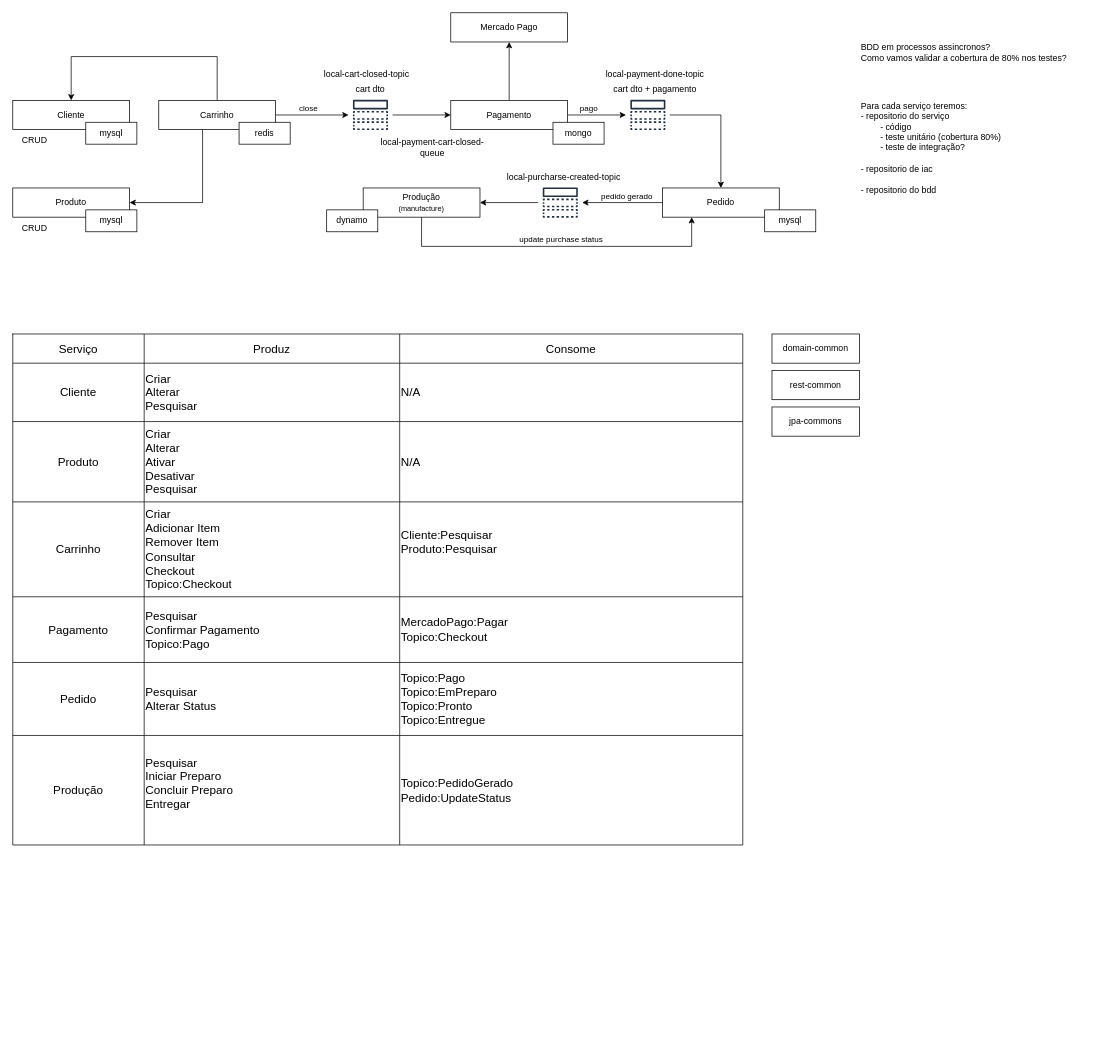
fiap-postech/tech-chalenge keeps this draw.io diagram as page "microservices" (7 of 7) of documentation/tech-challenge-architecture.drawio. Above is the earlier version. Source tidied: cells renumbered, new cells numbered last; positions are measured from the earlier drawing's top-left corner, leaving out a move shared by most shapes. Both pictures are drawn from the tidied source at 73%, with x=0, y=0 at pixel (12, 12).
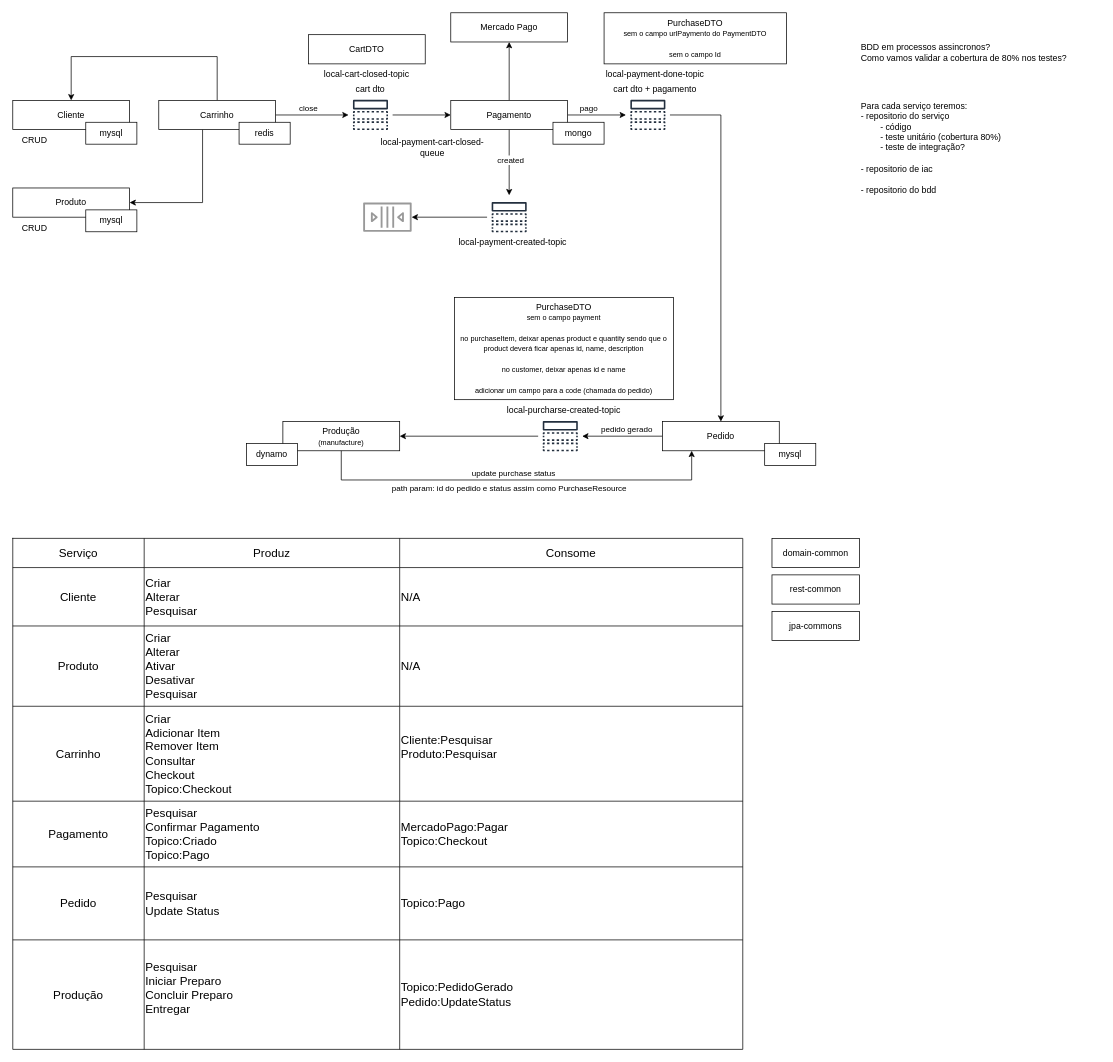
The same page after the edit.

The change refers to these unchanged cells:
```xml
<mxCell id="8" value="Pagamento" style="rounded=0;whiteSpace=wrap;html=1;" parent="1" vertex="1">
  <mxGeometry x="600" y="120" width="160" height="40" as="geometry" />
</mxCell>
<mxCell id="32" style="shape=tableRow;horizontal=0;startSize=0;swimlaneHead=0;swimlaneBody=0;strokeColor=inherit;top=0;left=0;bottom=0;right=0;fillColor=none;fontSize=16;" parent="15" vertex="1">
  <mxGeometry y="360" width="1000" height="90" as="geometry" />
</mxCell>
<mxCell id="36" style="shape=tableRow;horizontal=0;startSize=0;swimlaneHead=0;swimlaneBody=0;strokeColor=inherit;top=0;left=0;bottom=0;right=0;fillColor=none;fontSize=16;" parent="15" vertex="1">
  <mxGeometry y="450" width="1000" height="100" as="geometry" />
</mxCell>
```

The edit, as a diff of the source:
```diff
@@
     <mxCell id="4" value="Pedido" style="rounded=0;whiteSpace=wrap;html=1;" parent="1" vertex="1">
-      <mxGeometry x="890" y="240" width="160" height="40" as="geometry" />
+      <mxGeometry x="890" y="560" width="160" height="40" as="geometry" />
     </mxCell>
@@
+    <mxCell id="76" style="edgeStyle=orthogonalEdgeStyle;rounded=0;jettySize=auto;html=1;" parent="1" edge="1" source="8" target="82">
+      <mxGeometry relative="1" as="geometry" />
+    </mxCell>
+    <mxCell id="77" value="created" style="edgeLabel;html=1;align=center;verticalAlign=middle;" parent="76" vertex="1">
+      <mxGeometry x="-0.09" y="1" relative="1" as="geometry" />
+    </mxCell>
@@
     <mxCell id="9" value="Produção&lt;br&gt;&lt;font style=&quot;font-size: 10px;&quot;&gt;(manufacture)&lt;/font&gt;" style="rounded=0;whiteSpace=wrap;html=1;" parent="1" vertex="1">
-      <mxGeometry x="480" y="240" width="160" height="40" as="geometry" />
+      <mxGeometry x="370" y="560" width="160" height="40" as="geometry" />
     </mxCell>
@@
     <mxCell id="15" style="shape=table;startSize=0;childLayout=tableLayout;fontSize=16;" parent="1" vertex="1">
-      <mxGeometry y="440" width="1000" height="700" as="geometry" />
+      <mxGeometry y="720" width="1000" height="700" as="geometry" />
     </mxCell>
@@
-    <mxCell id="34" value="Pesquisar&lt;br&gt;Confirmar Pagamento&lt;br&gt;Topico:Pago" style="shape=partialRectangle;html=1;whiteSpace=wrap;strokeColor=inherit;overflow=hidden;fillColor=none;top=0;left=0;bottom=0;right=0;fontSize=16;align=left;" parent="32" vertex="1">
+    <mxCell id="34" value="Pesquisar&lt;br&gt;Confirmar Pagamento&lt;br&gt;Topico:Criado&lt;br&gt;Topico:Pago" style="shape=partialRectangle;html=1;whiteSpace=wrap;strokeColor=inherit;overflow=hidden;fillColor=none;top=0;left=0;bottom=0;right=0;fontSize=16;align=left;" parent="32" vertex="1">
       <mxGeometry x="180" width="350" height="90" as="geometry" />
     </mxCell>
@@
-    <mxCell id="38" value="Pesquisar&lt;br&gt;Alterar Status" style="shape=partialRectangle;html=1;whiteSpace=wrap;strokeColor=inherit;overflow=hidden;fillColor=none;top=0;left=0;bottom=0;right=0;fontSize=16;align=left;" parent="36" vertex="1">
+    <mxCell id="38" value="Pesquisar&lt;br&gt;Update Status" style="shape=partialRectangle;html=1;whiteSpace=wrap;strokeColor=inherit;overflow=hidden;fillColor=none;top=0;left=0;bottom=0;right=0;fontSize=16;align=left;" parent="36" vertex="1">
       <mxGeometry x="180" width="350" height="100" as="geometry" />
     </mxCell>
-    <mxCell id="39" value="&lt;div style=&quot;&quot;&gt;&lt;span style=&quot;background-color: initial;&quot;&gt;Topico:Pago&lt;/span&gt;&lt;/div&gt;&lt;div style=&quot;&quot;&gt;&lt;span style=&quot;background-color: initial;&quot;&gt;Topico:EmPreparo&lt;/span&gt;&lt;/div&gt;&lt;div style=&quot;&quot;&gt;&lt;span style=&quot;background-color: initial;&quot;&gt;Topico:Pronto&lt;/span&gt;&lt;/div&gt;&lt;div style=&quot;&quot;&gt;&lt;span style=&quot;background-color: initial;&quot;&gt;Topico:Entregue&lt;/span&gt;&lt;/div&gt;" style="shape=partialRectangle;html=1;whiteSpace=wrap;strokeColor=inherit;overflow=hidden;fillColor=none;top=0;left=0;bottom=0;right=0;fontSize=16;align=left;" parent="36" vertex="1">
+    <mxCell id="39" value="&lt;div style=&quot;&quot;&gt;&lt;span style=&quot;background-color: initial;&quot;&gt;Topico:Pago&lt;/span&gt;&lt;/div&gt;" style="shape=partialRectangle;html=1;whiteSpace=wrap;strokeColor=inherit;overflow=hidden;fillColor=none;top=0;left=0;bottom=0;right=0;fontSize=16;align=left;" parent="36" vertex="1">
       <mxGeometry x="530" width="470" height="100" as="geometry" />
     </mxCell>
@@
     <mxCell id="57" style="sketch=0;outlineConnect=0;fontColor=#232F3E;gradientColor=none;strokeColor=#232F3E;fillColor=#ffffff;dashed=0;verticalLabelPosition=bottom;verticalAlign=top;align=center;html=1;fontSize=12;fontStyle=0;shape=mxgraph.aws4.resourceIcon;resIcon=mxgraph.aws4.topic;" parent="1" vertex="1">
-      <mxGeometry x="720" y="230" width="60" height="60" as="geometry" />
+      <mxGeometry x="720" y="550" width="60" height="60" as="geometry" />
     </mxCell>
     <mxCell id="58" style="edgeStyle=orthogonalEdgeStyle;rounded=0;jettySize=auto;html=1;entryX=0.25;entryY=1;entryDx=0;entryDy=0;exitX=0.5;exitY=1;exitDx=0;exitDy=0;" parent="1" edge="1" source="9" target="4">
       <mxGeometry relative="1" as="geometry">
         <Array as="points">
-          <mxPoint x="560" y="320" />
-          <mxPoint x="930" y="320" />
+          <mxPoint x="450" y="640" />
+          <mxPoint x="930" y="640" />
         </Array>
       </mxGeometry>
     </mxCell>
@@
+    <mxCell id="78" value="path param: id do pedido e status assim como PurchaseResource" style="edgeLabel;html=1;align=center;verticalAlign=middle;" parent="58" vertex="1">
+      <mxGeometry x="-0.35" y="-1" relative="1" as="geometry">
+        <mxPoint x="87" y="9" as="offset" />
+      </mxGeometry>
+    </mxCell>
@@
     <mxCell id="62" value="mysql" style="rounded=0;whiteSpace=wrap;html=1;" parent="1" vertex="1">
-      <mxGeometry x="1030" y="270" width="70" height="30" as="geometry" />
+      <mxGeometry x="1030" y="590" width="70" height="30" as="geometry" />
     </mxCell>
@@
     <mxCell id="64" value="dynamo" style="rounded=0;whiteSpace=wrap;html=1;" parent="1" vertex="1">
-      <mxGeometry x="430" y="270" width="70" height="30" as="geometry" />
+      <mxGeometry x="320" y="590" width="70" height="30" as="geometry" />
     </mxCell>
@@
     <mxCell id="67" value="rest-common" style="rounded=0;whiteSpace=wrap;html=1;" parent="1" vertex="1">
-      <mxGeometry x="1040" y="490" width="120" height="40" as="geometry" />
+      <mxGeometry x="1040" y="770" width="120" height="40" as="geometry" />
     </mxCell>
     <mxCell id="68" value="jpa-commons" style="rounded=0;whiteSpace=wrap;html=1;" parent="1" vertex="1">
-      <mxGeometry x="1040" y="540" width="120" height="40" as="geometry" />
+      <mxGeometry x="1040" y="820" width="120" height="40" as="geometry" />
     </mxCell>
     <mxCell id="69" value="domain-common" style="rounded=0;whiteSpace=wrap;html=1;" parent="1" vertex="1">
-      <mxGeometry x="1040" y="440" width="120" height="40" as="geometry" />
+      <mxGeometry x="1040" y="720" width="120" height="40" as="geometry" />
     </mxCell>
@@
     <mxCell id="74" value="local-purcharse-created-topic" style="text;html=1;strokeColor=none;fillColor=none;align=center;verticalAlign=middle;whiteSpace=wrap;rounded=0;" parent="1" vertex="1">
-      <mxGeometry x="670" y="210" width="170" height="30" as="geometry" />
+      <mxGeometry x="670" y="530" width="170" height="30" as="geometry" />
     </mxCell>
@@
+    <mxCell id="79" value="CartDTO" style="rounded=0;whiteSpace=wrap;html=1;" parent="1" vertex="1">
+      <mxGeometry x="405" y="30" width="160" height="40" as="geometry" />
+    </mxCell>
+    <mxCell id="80" value="PurchaseDTO&lt;br&gt;&lt;font style=&quot;font-size: 10px;&quot;&gt;sem o campo urlPaymento do PaymentDTO&lt;br&gt;&lt;br&gt;sem o campo Id&lt;/font&gt;" style="rounded=0;whiteSpace=wrap;html=1;" parent="1" vertex="1">
+      <mxGeometry x="810" width="250" height="70" as="geometry" />
+    </mxCell>
+    <mxCell id="81" style="edgeStyle=orthogonalEdgeStyle;rounded=0;jettySize=auto;html=1;" parent="1" edge="1" source="82" target="84">
+      <mxGeometry relative="1" as="geometry" />
+    </mxCell>
+    <mxCell id="82" style="sketch=0;outlineConnect=0;fontColor=#232F3E;gradientColor=none;strokeColor=#232F3E;fillColor=#ffffff;dashed=0;verticalLabelPosition=bottom;verticalAlign=top;align=center;html=1;fontSize=12;fontStyle=0;shape=mxgraph.aws4.resourceIcon;resIcon=mxgraph.aws4.topic;" parent="1" vertex="1">
+      <mxGeometry x="650" y="250" width="60" height="60" as="geometry" />
+    </mxCell>
+    <mxCell id="83" value="local-payment-created-topic" style="text;html=1;strokeColor=none;fillColor=none;align=center;verticalAlign=middle;whiteSpace=wrap;rounded=0;" parent="1" vertex="1">
+      <mxGeometry x="600" y="300" width="170" height="30" as="geometry" />
+    </mxCell>
+    <mxCell id="84" style="sketch=0;outlineConnect=0;fontColor=#232F3E;gradientColor=none;fillColor=#999999;strokeColor=none;dashed=0;verticalLabelPosition=bottom;verticalAlign=top;align=center;html=1;fontSize=12;fontStyle=0;shape=mxgraph.aws4.queue;" parent="1" vertex="1">
+      <mxGeometry x="480" y="260" width="66.4" height="40" as="geometry" />
+    </mxCell>
+    <mxCell id="85" value="PurchaseDTO&lt;br&gt;&lt;font style=&quot;font-size: 10px;&quot;&gt;sem o campo payment&lt;br&gt;&lt;br&gt;no purchaseItem, deixar apenas product e quantity sendo que o product deverá ficar apenas id, name, description&lt;br&gt;&lt;br&gt;no customer, deixar apenas id e name&lt;br&gt;&lt;br&gt;adicionar um campo para a code (chamada do pedido)&lt;br&gt;&lt;/font&gt;" style="rounded=0;whiteSpace=wrap;html=1;" parent="1" vertex="1">
+      <mxGeometry x="605" y="390" width="300" height="140" as="geometry" />
+    </mxCell>
```
